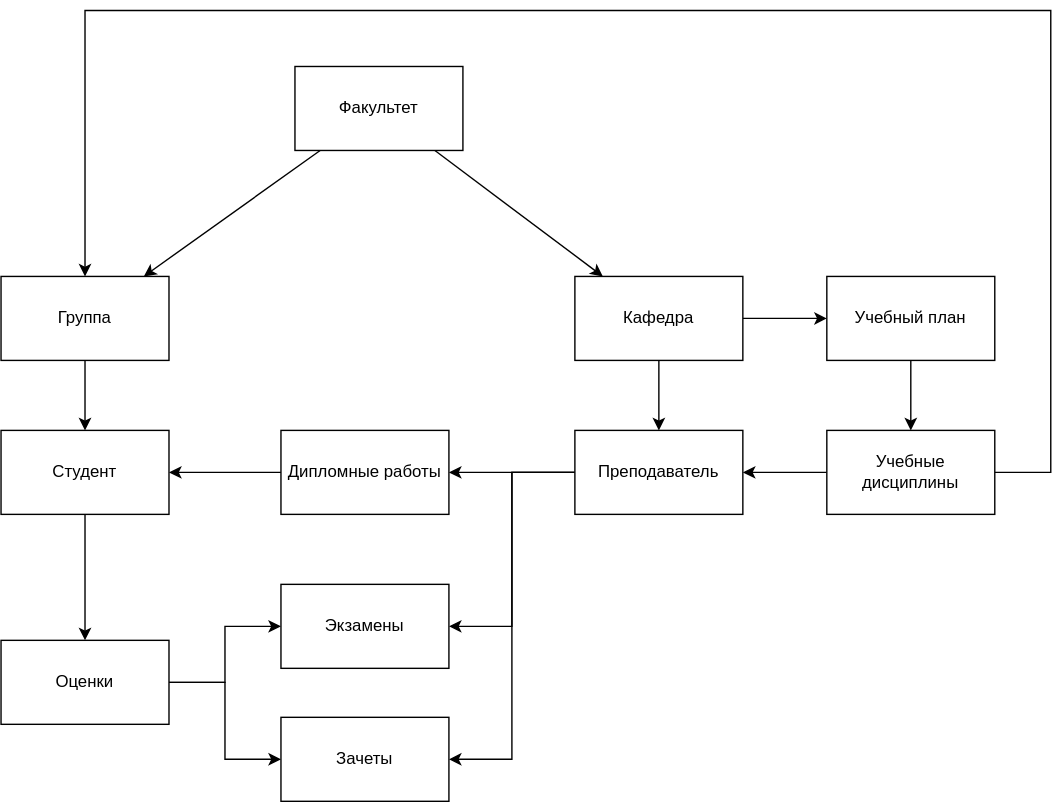
The draw.io diagram Prototyping.drawio.svg in MrFireDeN/University-Information-System, before a commit. Source tidied: cells renumbered, new cells last; positions are measured from the earlier drawing's top-left corner, leaving out a move shared by most shapes.
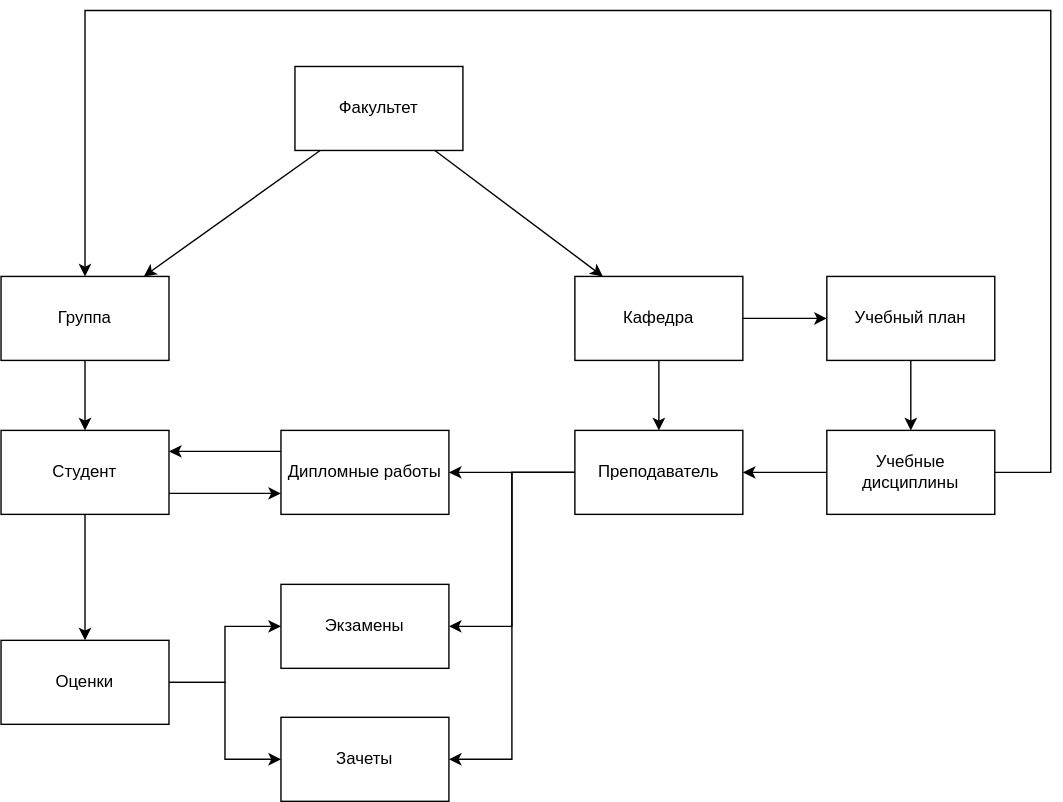
After the commit.

Commit message:
docs: обновлена диаграмма

Change to the diagram source:
```diff
@@ -20,6 +20,9 @@
     <mxCell id="7" style="edgeStyle=orthogonalEdgeStyle;rounded=0;jettySize=auto;html=1;" parent="1" edge="1" source="8" target="27">
       <mxGeometry relative="1" as="geometry" />
     </mxCell>
+    <mxCell id="28" style="edgeStyle=orthogonalEdgeStyle;rounded=0;jettySize=auto;html=1;exitX=1;exitY=0.75;exitDx=0;exitDy=0;entryX=0;entryY=0.75;entryDx=0;entryDy=0;" parent="1" edge="1" source="8" target="24">
+      <mxGeometry relative="1" as="geometry" />
+    </mxCell>
     <mxCell id="8" value="Студент" style="rounded=0;whiteSpace=wrap;html=1;" parent="1" vertex="1">
       <mxGeometry y="300" width="120" height="60" as="geometry" />
     </mxCell>
@@ -71,7 +74,7 @@
     <mxCell id="22" value="Зачеты" style="rounded=0;whiteSpace=wrap;html=1;" parent="1" vertex="1">
       <mxGeometry x="200" y="505" width="120" height="60" as="geometry" />
     </mxCell>
-    <mxCell id="23" style="edgeStyle=orthogonalEdgeStyle;rounded=0;jettySize=auto;html=1;entryX=1;entryY=0.5;entryDx=0;entryDy=0;" parent="1" edge="1" source="24" target="8">
+    <mxCell id="23" style="edgeStyle=orthogonalEdgeStyle;rounded=0;jettySize=auto;html=1;entryX=1;entryY=0.25;entryDx=0;entryDy=0;exitX=0;exitY=0.25;exitDx=0;exitDy=0;" parent="1" edge="1" source="24" target="8">
       <mxGeometry relative="1" as="geometry" />
     </mxCell>
     <mxCell id="24" value="Дипломные работы" style="rounded=0;whiteSpace=wrap;html=1;" parent="1" vertex="1">
```
